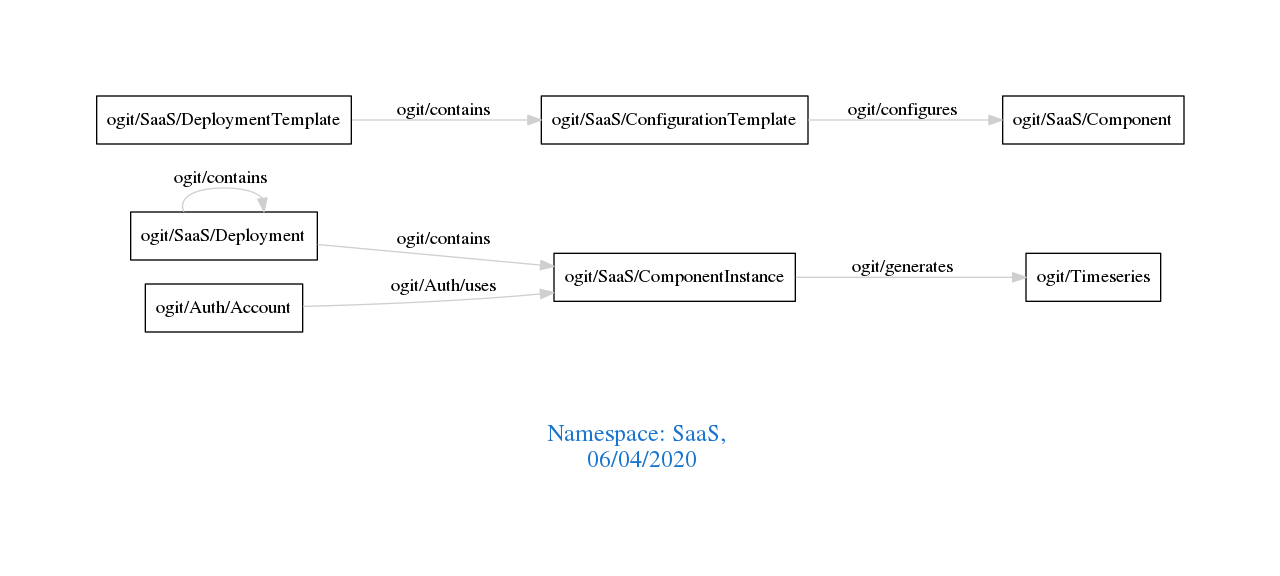
Above: downloads/SaaS.png in arago/OGIT (Graphviz), before the change. Its source is kept beside it as downloads/SaaS.dot.
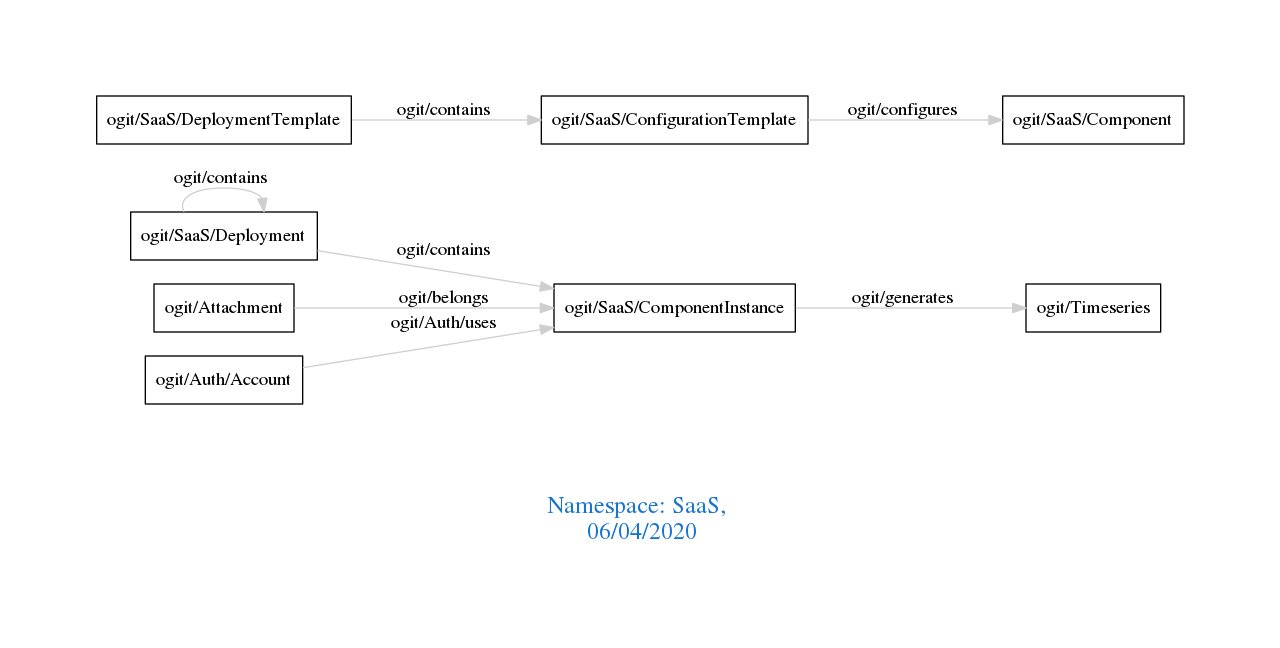
The same file after the commit.

What changed in the source:
```diff
@@ -9,6 +9,7 @@
    "ogit/SaaS/DeploymentTemplate" -> "ogit/SaaS/ConfigurationTemplate" [label="   ogit/contains    "];
    "ogit/SaaS/ComponentInstance" -> "ogit/Timeseries" [label="   ogit/generates    "];
    "ogit/SaaS/ConfigurationTemplate" -> "ogit/SaaS/Component" [label="   ogit/configures    "];
+   "ogit/Attachment" -> "ogit/SaaS/ComponentInstance" [label="   ogit/belongs    "];
    "ogit/Auth/Account" -> "ogit/SaaS/ComponentInstance" [label="   ogit/Auth/uses    "];
    "ogit/SaaS/Deployment" -> "ogit/SaaS/Deployment" [label="   ogit/contains    "];
 }
```
